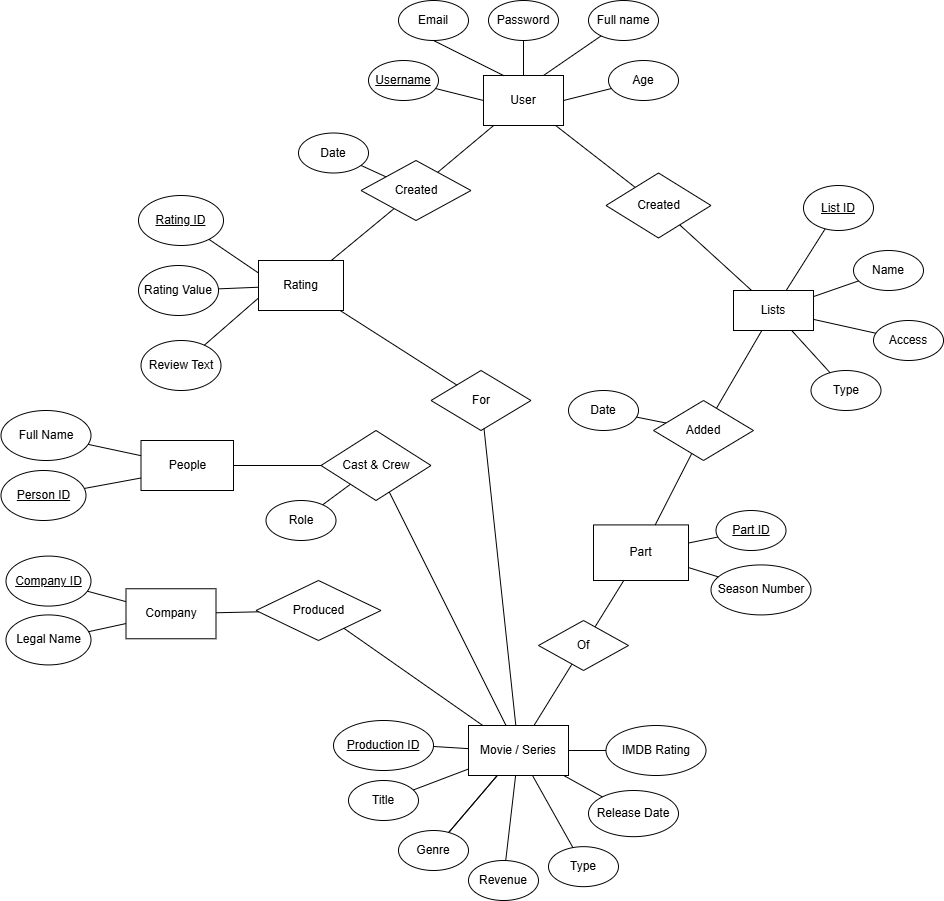
Above: ER_diagram.png in Pedram2004/movie-review-database (draw.io), before the change. Source tidied: cells renumbered, new cells last; positions are measured from the earlier drawing's top-left corner, leaving out a move shared by most shapes.
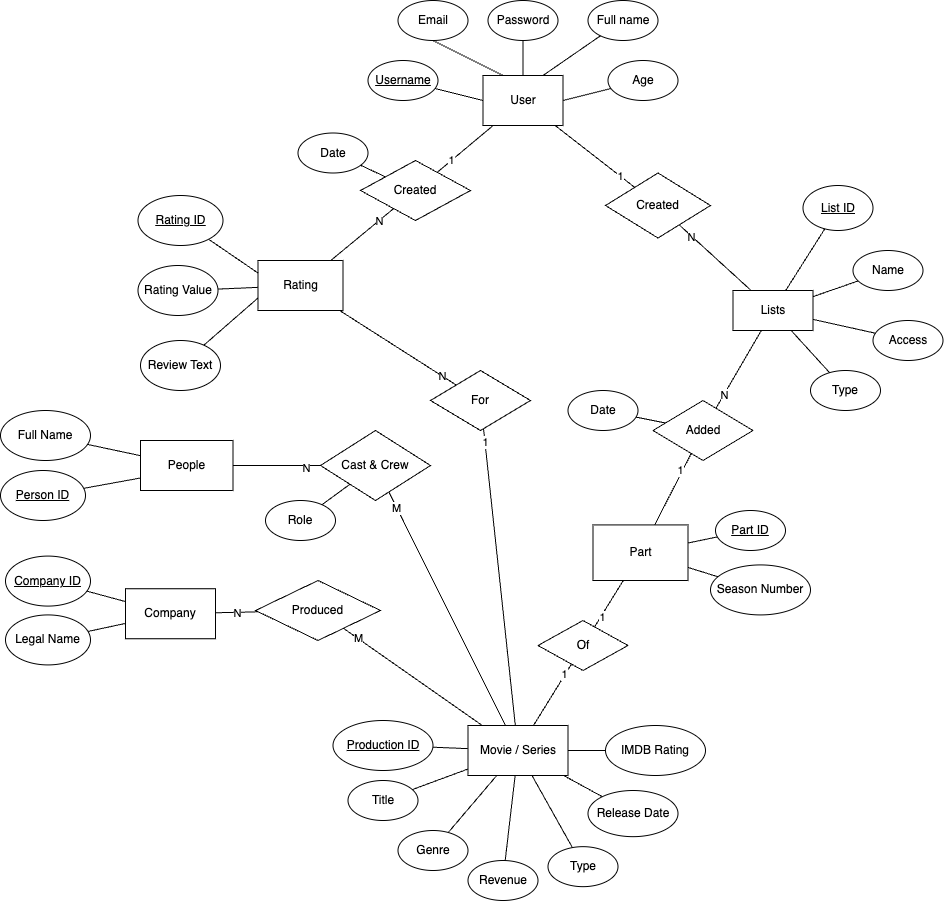
After the commit.

Commit message:
Added cardinal relations to E-R model

The edit, as a diff of the source:
```diff
@@ -20,18 +20,18 @@
     <mxCell id="7" value="Full name" style="ellipse;whiteSpace=wrap;html=1;" parent="1" vertex="1">
       <mxGeometry x="588" width="70" height="40" as="geometry" />
     </mxCell>
-    <mxCell id="8" style="edgeStyle=none;curved=1;rounded=0;orthogonalLoop=1;jettySize=auto;html=1;exitX=0;exitY=0.5;exitDx=0;exitDy=0;fontSize=12;startSize=8;endSize=8;" parent="1" edge="1" source="3" target="3">
-      <mxGeometry relative="1" as="geometry" />
-    </mxCell>
+    <mxCell id="89" style="edgeStyle=none;curved=1;rounded=0;orthogonalLoop=1;jettySize=auto;html=1;exitX=0;exitY=0.5;exitDx=0;exitDy=0;fontSize=12;startSize=8;endSize=8;" parent="1" edge="1" source="3" target="3">
+      <mxGeometry relative="1" as="geometry" />
+    </mxCell>
     <mxCell id="9" style="endArrow=none;html=1;rounded=0;fontSize=12;startSize=8;endSize=8;curved=1;entryX=0.5;entryY=0;entryDx=0;entryDy=0;" parent="1" edge="1" source="5" target="2">
       <mxGeometry relative="1" as="geometry" />
     </mxCell>
     <mxCell id="10" style="endArrow=none;html=1;rounded=0;fontSize=12;startSize=8;endSize=8;curved=1;entryX=0.5;entryY=1;entryDx=0;entryDy=0;exitX=0.25;exitY=0;exitDx=0;exitDy=0;" parent="1" edge="1" source="2" target="3">
       <mxGeometry relative="1" as="geometry" />
     </mxCell>
-    <mxCell id="11" style="edgeStyle=none;curved=1;rounded=0;orthogonalLoop=1;jettySize=auto;html=1;exitX=0.5;exitY=1;exitDx=0;exitDy=0;fontSize=12;startSize=8;endSize=8;" parent="1" edge="1" source="3" target="3">
-      <mxGeometry relative="1" as="geometry" />
-    </mxCell>
+    <mxCell id="90" style="edgeStyle=none;curved=1;rounded=0;orthogonalLoop=1;jettySize=auto;html=1;exitX=0.5;exitY=1;exitDx=0;exitDy=0;fontSize=12;startSize=8;endSize=8;" parent="1" edge="1" source="3" target="3">
+      <mxGeometry relative="1" as="geometry" />
+    </mxCell>
     <mxCell id="12" style="endArrow=none;html=1;rounded=0;fontSize=12;startSize=8;endSize=8;curved=1;exitX=0;exitY=0.5;exitDx=0;exitDy=0;" parent="1" edge="1" source="2" target="4">
       <mxGeometry relative="1" as="geometry" />
     </mxCell>
@@ -74,9 +74,9 @@
     <mxCell id="25" style="endArrow=none;html=1;rounded=0;fontSize=12;startSize=8;endSize=8;curved=1;" parent="1" edge="1" source="21" target="20">
       <mxGeometry relative="1" as="geometry" />
     </mxCell>
-    <mxCell id="26" style="endArrow=none;html=1;rounded=0;fontSize=12;startSize=8;endSize=8;curved=1;" parent="1" edge="1" source="87" target="20">
-      <mxGeometry relative="1" as="geometry" />
-    </mxCell>
+    <mxCell id="91" style="endArrow=none;html=1;rounded=0;fontSize=12;startSize=8;endSize=8;curved=1;" parent="1" edge="1" source="87" target="20">
+      <mxGeometry relative="1" as="geometry" />
+    </mxCell>
     <mxCell id="27" style="endArrow=none;html=1;rounded=0;fontSize=12;startSize=8;endSize=8;curved=1;" parent="1" edge="1" source="23" target="20">
       <mxGeometry relative="1" as="geometry" />
     </mxCell>
@@ -98,27 +98,39 @@
     <mxCell id="33" style="endArrow=none;html=1;rounded=0;fontSize=12;startSize=8;endSize=8;curved=1;" parent="1" edge="1" source="30" target="2">
       <mxGeometry relative="1" as="geometry" />
     </mxCell>
+    <mxCell id="92" value="1" style="edgeLabel;html=1;align=center;verticalAlign=middle;" parent="33" vertex="1">
+      <mxGeometry x="-0.5" y="1" relative="1" as="geometry" />
+    </mxCell>
     <mxCell id="34" style="endArrow=none;html=1;rounded=0;fontSize=12;startSize=8;endSize=8;curved=1;" parent="1" edge="1" source="15" target="30">
       <mxGeometry relative="1" as="geometry" />
     </mxCell>
+    <mxCell id="93" value="N" style="edgeLabel;html=1;align=center;verticalAlign=middle;" parent="34" vertex="1">
+      <mxGeometry x="0.55" relative="1" as="geometry" />
+    </mxCell>
     <mxCell id="35" value="For" style="rhombus;whiteSpace=wrap;html=1;" parent="1" vertex="1">
       <mxGeometry x="430.5" y="370" width="100" height="60" as="geometry" />
     </mxCell>
     <mxCell id="36" style="endArrow=none;html=1;rounded=0;fontSize=12;startSize=8;endSize=8;curved=1;" parent="1" edge="1" source="15" target="35">
       <mxGeometry relative="1" as="geometry" />
     </mxCell>
+    <mxCell id="94" value="N" style="edgeLabel;html=1;align=center;verticalAlign=middle;" parent="36" vertex="1">
+      <mxGeometry x="0.76" relative="1" as="geometry" />
+    </mxCell>
     <mxCell id="37" style="endArrow=none;html=1;rounded=0;fontSize=12;startSize=8;endSize=8;curved=1;" parent="1" edge="1" source="35" target="20">
       <mxGeometry relative="1" as="geometry" />
     </mxCell>
+    <mxCell id="95" value="1" style="edgeLabel;html=1;align=center;verticalAlign=middle;" parent="37" vertex="1">
+      <mxGeometry x="-0.91" relative="1" as="geometry" />
+    </mxCell>
     <mxCell id="38" value="Access" style="ellipse;whiteSpace=wrap;html=1;" parent="1" vertex="1">
       <mxGeometry x="873" y="320" width="70" height="40" as="geometry" />
     </mxCell>
     <mxCell id="39" value="Lists" style="rounded=0;whiteSpace=wrap;html=1;" parent="1" vertex="1">
       <mxGeometry x="733" y="290" width="80" height="40" as="geometry" />
     </mxCell>
-    <mxCell id="40" value="Type" style="ellipse;whiteSpace=wrap;html=1;" parent="1" vertex="1">
-      <mxGeometry x="810.5" y="370" width="70" height="40" as="geometry" />
-    </mxCell>
+    <mxCell id="96" value="Type" style="ellipse;whiteSpace=wrap;html=1;" parent="1" vertex="1">
+      <mxGeometry x="810.5" y="370" width="70" height="40" as="geometry" />
+    </mxCell>
     <mxCell id="41" value="Name" style="ellipse;whiteSpace=wrap;html=1;" parent="1" vertex="1">
       <mxGeometry x="853" y="250" width="70" height="40" as="geometry" />
     </mxCell>
@@ -128,24 +140,37 @@
     <mxCell id="43" style="endArrow=none;html=1;rounded=0;fontSize=12;startSize=8;endSize=8;curved=1;" parent="1" edge="1" source="39" target="38">
       <mxGeometry relative="1" as="geometry" />
     </mxCell>
-    <mxCell id="44" style="endArrow=none;html=1;rounded=0;fontSize=12;startSize=8;endSize=8;curved=1;" parent="1" edge="1" source="39" target="40">
-      <mxGeometry relative="1" as="geometry" />
-    </mxCell>
+    <mxCell id="97" style="endArrow=none;html=1;rounded=0;fontSize=12;startSize=8;endSize=8;curved=1;" parent="1" edge="1" source="39" target="96">
+      <mxGeometry relative="1" as="geometry" />
+    </mxCell>
     <mxCell id="45" value="Created" style="rhombus;whiteSpace=wrap;html=1;" parent="1" vertex="1">
       <mxGeometry x="605.5" y="172.5" width="105" height="65" as="geometry" />
     </mxCell>
     <mxCell id="46" style="endArrow=none;html=1;rounded=0;fontSize=12;startSize=8;endSize=8;curved=1;" parent="1" edge="1" source="2" target="45">
       <mxGeometry relative="1" as="geometry" />
     </mxCell>
+    <mxCell id="98" value="1" style="edgeLabel;html=1;align=center;verticalAlign=middle;" parent="46" vertex="1">
+      <mxGeometry x="0.05" relative="1" as="geometry">
+        <mxPoint x="23" y="18" as="offset" />
+      </mxGeometry>
+    </mxCell>
     <mxCell id="47" style="endArrow=none;html=1;rounded=0;fontSize=12;startSize=8;endSize=8;curved=1;" parent="1" edge="1" source="39" target="45">
       <mxGeometry relative="1" as="geometry" />
     </mxCell>
+    <mxCell id="99" value="N" style="edgeLabel;html=1;align=center;verticalAlign=middle;" parent="47" vertex="1">
+      <mxGeometry x="0.37" relative="1" as="geometry">
+        <mxPoint x="-11" y="-8" as="offset" />
+      </mxGeometry>
+    </mxCell>
     <mxCell id="48" value="Added" style="rhombus;whiteSpace=wrap;html=1;" parent="1" vertex="1">
       <mxGeometry x="653" y="400" width="100" height="60" as="geometry" />
     </mxCell>
     <mxCell id="49" style="endArrow=none;html=1;rounded=0;fontSize=12;startSize=8;endSize=8;curved=1;" parent="1" edge="1" source="48" target="39">
       <mxGeometry relative="1" as="geometry" />
     </mxCell>
+    <mxCell id="100" value="N" style="edgeLabel;html=1;align=center;verticalAlign=middle;" parent="49" vertex="1">
+      <mxGeometry x="-0.66" relative="1" as="geometry" />
+    </mxCell>
     <mxCell id="50" value="People" style="rounded=0;whiteSpace=wrap;html=1;" parent="1" vertex="1">
       <mxGeometry x="140.5" y="440" width="92.5" height="50" as="geometry" />
     </mxCell>
@@ -161,9 +186,15 @@
     <mxCell id="54" style="endArrow=none;html=1;rounded=0;fontSize=12;startSize=8;endSize=8;curved=1;" parent="1" edge="1" source="53" target="50">
       <mxGeometry relative="1" as="geometry" />
     </mxCell>
+    <mxCell id="101" value="N" style="edgeLabel;html=1;align=center;verticalAlign=middle;" parent="54" vertex="1">
+      <mxGeometry x="-0.67" y="2" relative="1" as="geometry" />
+    </mxCell>
     <mxCell id="55" style="endArrow=none;html=1;rounded=0;fontSize=12;startSize=8;endSize=8;curved=1;" parent="1" edge="1" source="53" target="20">
       <mxGeometry relative="1" as="geometry" />
     </mxCell>
+    <mxCell id="102" value="M" style="edgeLabel;html=1;align=center;verticalAlign=middle;" parent="55" vertex="1">
+      <mxGeometry x="-0.87" y="-1" relative="1" as="geometry" />
+    </mxCell>
     <mxCell id="56" value="Date" style="ellipse;whiteSpace=wrap;html=1;" parent="1" vertex="1">
       <mxGeometry x="568" y="390" width="70" height="40" as="geometry" />
     </mxCell>
@@ -185,6 +216,9 @@
     <mxCell id="62" style="endArrow=none;html=1;rounded=0;fontSize=12;startSize=8;endSize=8;curved=1;" parent="1" edge="1" source="61" target="59">
       <mxGeometry relative="1" as="geometry" />
     </mxCell>
+    <mxCell id="103" value="N" style="edgeLabel;html=1;align=center;verticalAlign=middle;" parent="62" vertex="1">
+      <mxGeometry x="0.03" relative="1" as="geometry" />
+    </mxCell>
     <mxCell id="63" value="Role" style="ellipse;whiteSpace=wrap;html=1;" parent="1" vertex="1">
       <mxGeometry x="265.5" y="500" width="70" height="40" as="geometry" />
     </mxCell>
@@ -242,26 +276,35 @@
     <mxCell id="81" style="endArrow=none;html=1;rounded=0;" parent="1" edge="1" source="80" target="75">
       <mxGeometry relative="1" as="geometry" />
     </mxCell>
+    <mxCell id="104" value="1" style="edgeLabel;html=1;align=center;verticalAlign=middle;" parent="81" vertex="1">
+      <mxGeometry x="-0.55" y="-1" relative="1" as="geometry" />
+    </mxCell>
     <mxCell id="82" style="endArrow=none;html=1;rounded=0;" parent="1" edge="1" source="20" target="80">
       <mxGeometry relative="1" as="geometry" />
     </mxCell>
+    <mxCell id="105" value="1" style="edgeLabel;html=1;align=center;verticalAlign=middle;" parent="82" vertex="1">
+      <mxGeometry x="0.66" y="1" relative="1" as="geometry" />
+    </mxCell>
     <mxCell id="83" style="endArrow=none;html=1;rounded=0;" parent="1" edge="1" source="61" target="20">
       <mxGeometry relative="1" as="geometry" />
     </mxCell>
-    <mxCell id="84" value="Type" style="ellipse;whiteSpace=wrap;html=1;" parent="1" vertex="1">
-      <mxGeometry x="548" y="846.2" width="70" height="40" as="geometry" />
-    </mxCell>
-    <mxCell id="85" style="endArrow=none;html=1;rounded=0;" parent="1" edge="1" source="87" target="20">
-      <mxGeometry relative="1" as="geometry" />
-    </mxCell>
-    <mxCell id="86" style="endArrow=none;html=1;rounded=0;" parent="1" edge="1" source="84" target="20">
-      <mxGeometry relative="1" as="geometry" />
-    </mxCell>
+    <mxCell id="106" value="M" style="edgeLabel;html=1;align=center;verticalAlign=middle;" parent="83" vertex="1">
+      <mxGeometry x="-0.81" relative="1" as="geometry" />
+    </mxCell>
+    <mxCell id="107" value="Type" style="ellipse;whiteSpace=wrap;html=1;" parent="1" vertex="1">
+      <mxGeometry x="548" y="846.2" width="70" height="40" as="geometry" />
+    </mxCell>
+    <mxCell id="108" style="endArrow=none;html=1;rounded=0;" parent="1" edge="1" source="87" target="20">
+      <mxGeometry relative="1" as="geometry" />
+    </mxCell>
+    <mxCell id="109" style="endArrow=none;html=1;rounded=0;" parent="1" edge="1" source="107" target="20">
+      <mxGeometry relative="1" as="geometry" />
+    </mxCell>
     <mxCell id="87" value="Genre" style="ellipse;whiteSpace=wrap;html=1;rotation=0;" parent="1" vertex="1">
       <mxGeometry x="398" y="830" width="70" height="40" as="geometry" />
     </mxCell>
-    <mxCell id="88" style="endArrow=none;html=1;rounded=0;" parent="1" edge="1" source="75" target="48">
-      <mxGeometry relative="1" as="geometry" />
+    <mxCell id="88" value="1" style="endArrow=none;html=1;rounded=0;" parent="1" edge="1" source="75" target="48">
+      <mxGeometry x="0.5" y="2" relative="1" as="geometry" />
     </mxCell>
   </root>
 </mxGraphModel>
```
